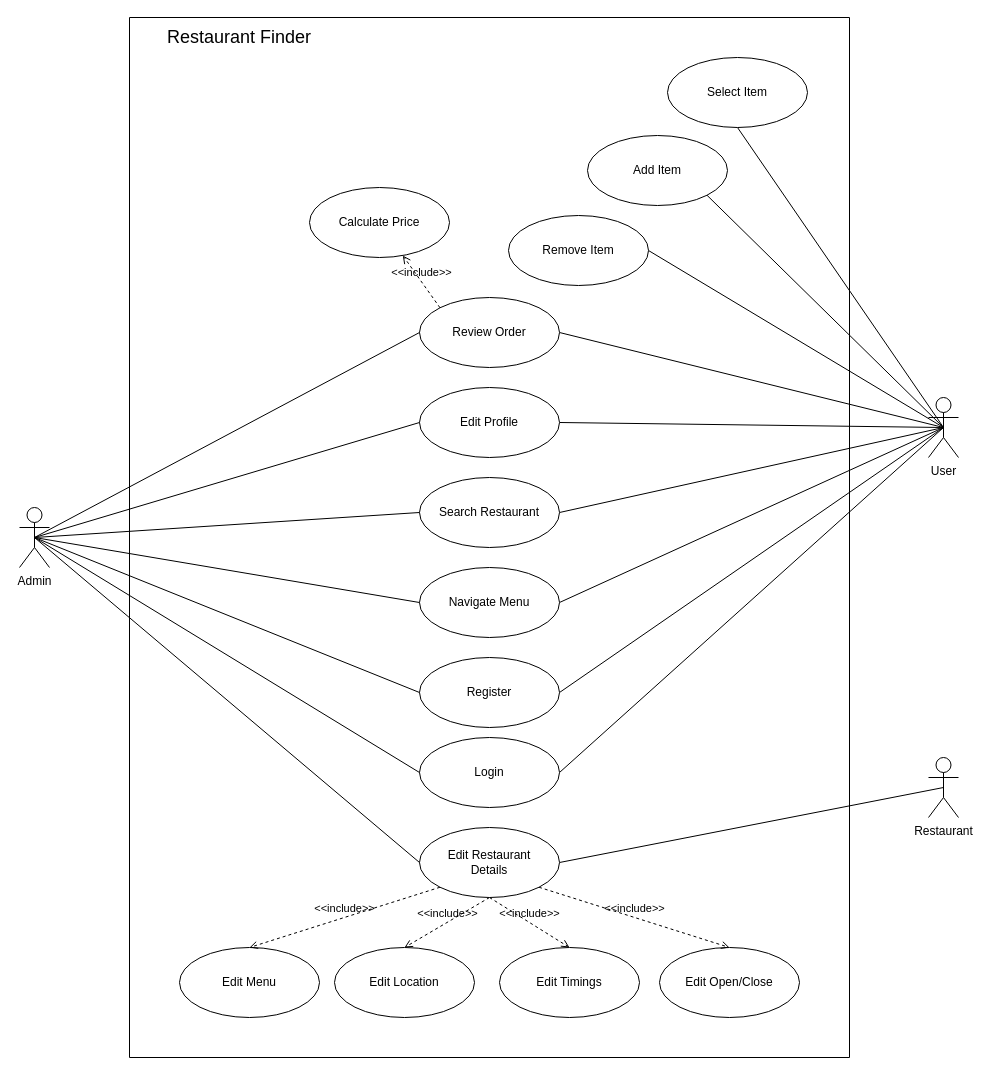
This is uc-restaurant-finder.drawio from lestercardoz11/ooad-diagrams, a draw.io file, before an edit. Source tidied: cells renumbered, new cells numbered last; positions are measured from the earlier drawing's top-left corner, leaving out a move shared by most shapes. Both pictures are drawn from the tidied source at 100%, with x=0, y=0 at pixel (19, 17).
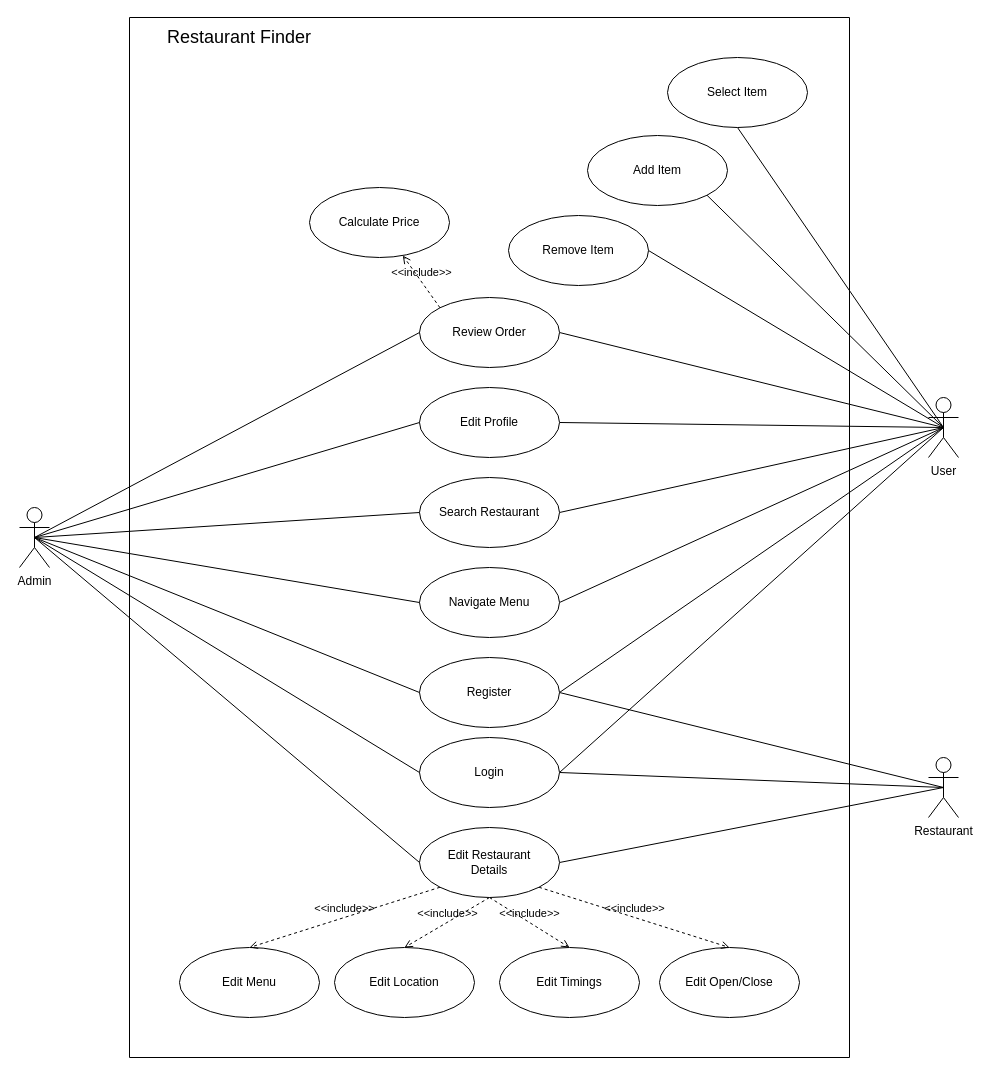
The same diagram, later.

Unchanged cells that the change refers to:
```xml
<mxCell id="13" value="Restaurant" style="shape=umlActor;verticalLabelPosition=bottom;verticalAlign=top;html=1;outlineConnect=0;" parent="1" vertex="1">
  <mxGeometry x="909" y="740" width="30" height="60" as="geometry" />
</mxCell>
<mxCell id="15" value="Register" style="ellipse;whiteSpace=wrap;html=1;" parent="14" vertex="1">
  <mxGeometry x="290" y="640" width="140" height="70" as="geometry" />
</mxCell>
<mxCell id="16" value="Login" style="ellipse;whiteSpace=wrap;html=1;" parent="14" vertex="1">
  <mxGeometry x="290" y="720" width="140" height="70" as="geometry" />
</mxCell>
```

What changed in the source:
```diff
@@
+    <mxCell id="44" style="edgeStyle=none;rounded=0;jettySize=auto;html=1;exitX=0.5;exitY=0.5;exitDx=0;exitDy=0;exitPerimeter=0;entryX=1;entryY=0.5;entryDx=0;entryDy=0;fontSize=18;endArrow=none;endFill=0;" parent="1" edge="1" source="13" target="16">
+      <mxGeometry relative="1" as="geometry" />
+    </mxCell>
+    <mxCell id="45" style="edgeStyle=none;rounded=0;jettySize=auto;html=1;exitX=0.5;exitY=0.5;exitDx=0;exitDy=0;exitPerimeter=0;entryX=1;entryY=0.5;entryDx=0;entryDy=0;fontSize=18;endArrow=none;endFill=0;" parent="1" edge="1" source="13" target="15">
+      <mxGeometry relative="1" as="geometry" />
+    </mxCell>
```
